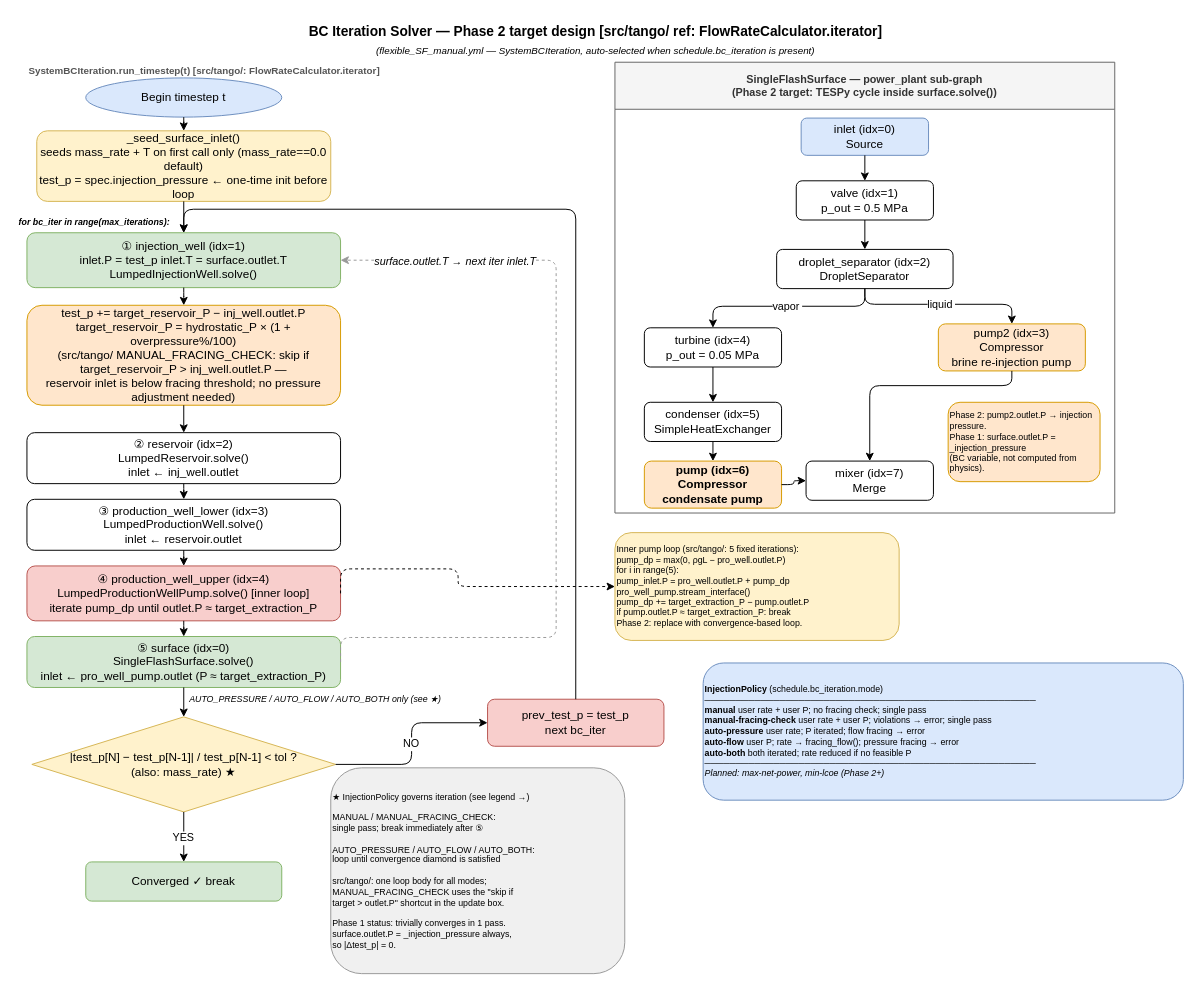
Above: docs/diagrams/src/phase1_bc_iteration_solver.drawio in GEG-ETHZ/TANGO-core (draw.io), before the change. Source tidied: cells renumbered, new cells numbered last; positions are measured from the earlier drawing's top-left corner, leaving out a move shared by most shapes. Both pictures are drawn from the tidied source at 98%, with x=0, y=0 at pixel (17, 17).
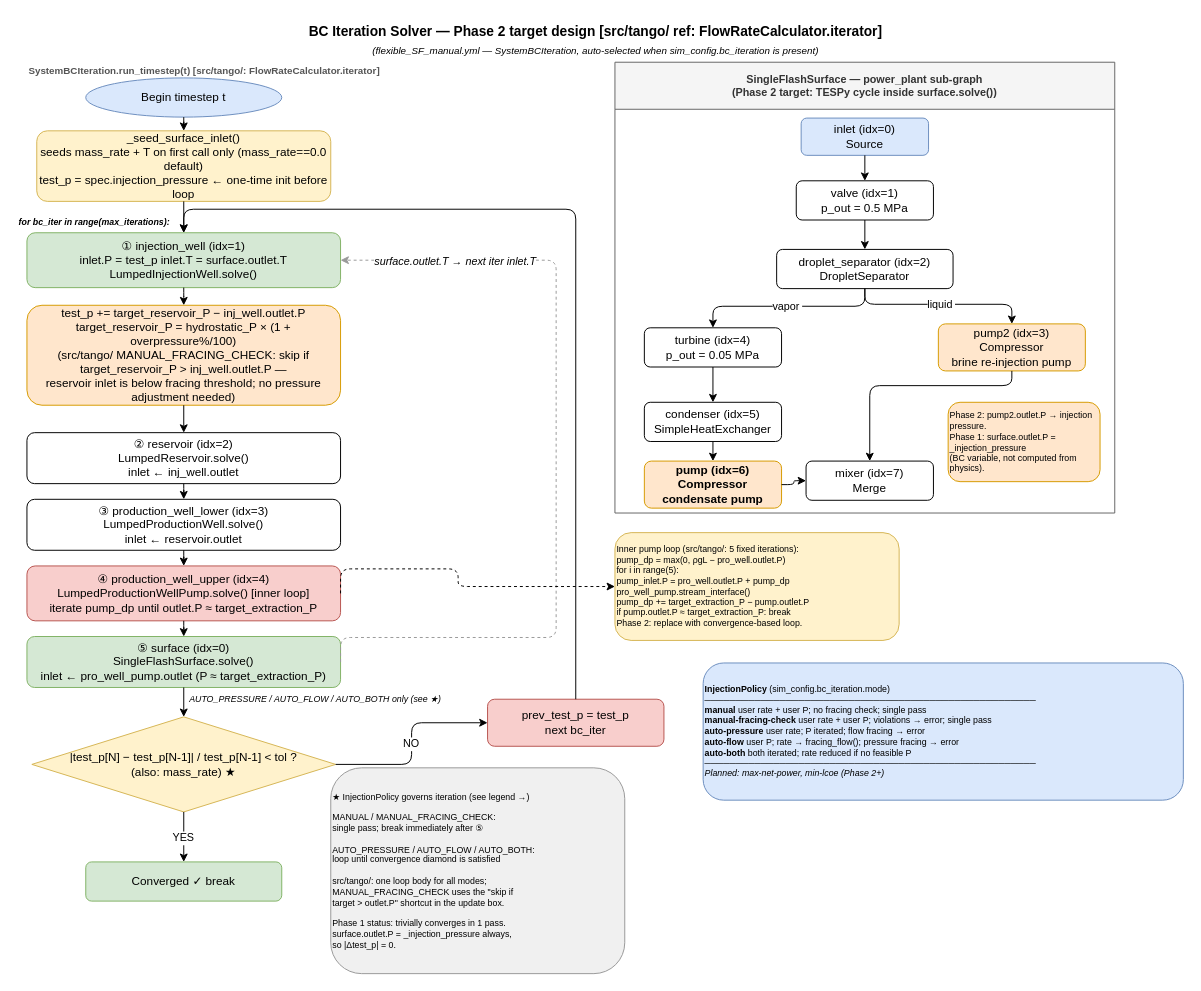
Above is the later version.

The edit, as a diff of the source:
```diff
@@
-    <mxCell id="3" value="(flexible_SF_manual.yml — SystemBCIteration, auto-selected when schedule.bc_iteration is present)" style="text;html=1;strokeColor=none;fillColor=none;align=center;fontSize=10;fontStyle=2;" parent="1" vertex="1">
+    <mxCell id="3" value="(flexible_SF_manual.yml — SystemBCIteration, auto-selected when sim_config.bc_iteration is present)" style="text;html=1;strokeColor=none;fillColor=none;align=center;fontSize=10;fontStyle=2;" parent="1" vertex="1">
       <mxGeometry x="10" y="22" width="1160" height="16" as="geometry" />
     </mxCell>
@@
-    <mxCell id="52" value="&lt;b&gt;InjectionPolicy&lt;/b&gt;  (schedule.bc_iteration.mode)&lt;br&gt;─────────────────────────────────────────────────────&lt;br&gt;&lt;b&gt;manual&lt;/b&gt;                user rate + user P; no fracing check; single pass&lt;br&gt;&lt;b&gt;manual-fracing-check&lt;/b&gt;  user rate + user P; violations → error; single pass&lt;br&gt;&lt;b&gt;auto-pressure&lt;/b&gt;         user rate; P iterated; flow fracing → error&lt;br&gt;&lt;b&gt;auto-flow&lt;/b&gt;             user P; rate → fracing_flow(); pressure fracing → error&lt;br&gt;&lt;b&gt;auto-both&lt;/b&gt;             both iterated; rate reduced if no feasible P&lt;br&gt;─────────────────────────────────────────────────────&lt;br&gt;&lt;i&gt;Planned: max-net-power, min-lcoe (Phase 2+)&lt;/i&gt;" style="rounded=1;whiteSpace=wrap;html=1;fillColor=#dae8fc;strokeColor=#6c8ebf;fontSize=9;align=left;" parent="1" vertex="1">
+    <mxCell id="52" value="&lt;b&gt;InjectionPolicy&lt;/b&gt;  (sim_config.bc_iteration.mode)&lt;br&gt;─────────────────────────────────────────────────────&lt;br&gt;&lt;b&gt;manual&lt;/b&gt;                user rate + user P; no fracing check; single pass&lt;br&gt;&lt;b&gt;manual-fracing-check&lt;/b&gt;  user rate + user P; violations → error; single pass&lt;br&gt;&lt;b&gt;auto-pressure&lt;/b&gt;         user rate; P iterated; flow fracing → error&lt;br&gt;&lt;b&gt;auto-flow&lt;/b&gt;             user P; rate → fracing_flow(); pressure fracing → error&lt;br&gt;&lt;b&gt;auto-both&lt;/b&gt;             both iterated; rate reduced if no feasible P&lt;br&gt;─────────────────────────────────────────────────────&lt;br&gt;&lt;i&gt;Planned: max-net-power, min-lcoe (Phase 2+)&lt;/i&gt;" style="rounded=1;whiteSpace=wrap;html=1;fillColor=#dae8fc;strokeColor=#6c8ebf;fontSize=9;align=left;" parent="1" vertex="1">
       <mxGeometry x="700" y="659" width="490" height="140" as="geometry" />
     </mxCell>
```
